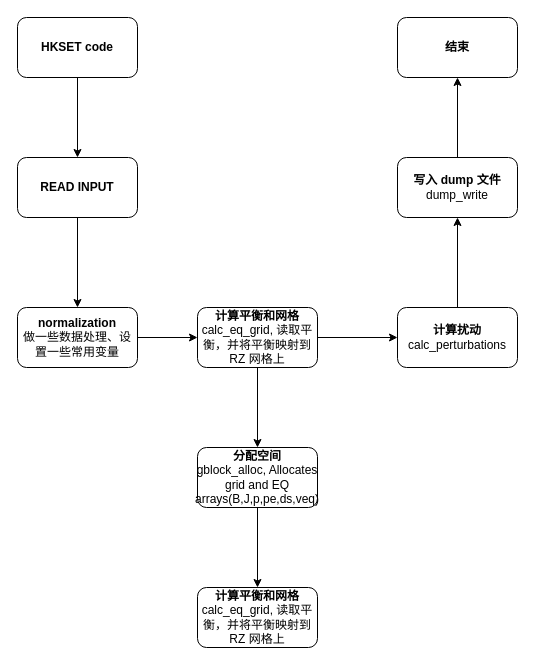
Before: page "HKSET-CPP" (4 of 4) of reduced_mhd.drawio in jiaxing-liu/flowchart, a draw.io diagram. Source tidied: cells renumbered, new cells numbered last; positions are measured from the earlier drawing's top-left corner, leaving out a move shared by most shapes. Both pictures are drawn from the tidied source at 100%, with x=0, y=0 at pixel (17, 17).
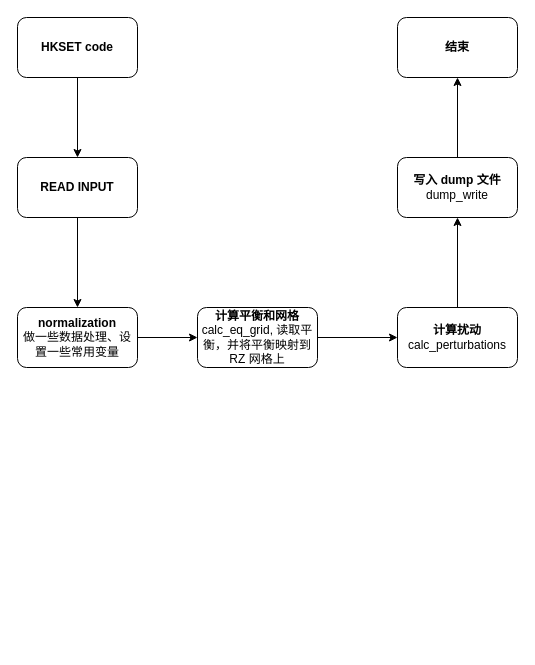
Above is the later version.

Change to the diagram source:
```diff
@@
 <mxGraphModel>
   <root>
     <mxCell id="0" />
     <mxCell id="1" parent="0" />
     <mxCell id="2" style="edgeStyle=orthogonalEdgeStyle;rounded=0;jettySize=auto;html=1;" parent="1" edge="1" source="3" target="5">
       <mxGeometry relative="1" as="geometry" />
     </mxCell>
     <mxCell id="3" value="&lt;b&gt;HKSET code&lt;/b&gt;" style="rounded=1;whiteSpace=wrap;html=1;" parent="1" vertex="1">
       <mxGeometry width="120" height="60" as="geometry" />
     </mxCell>
     <mxCell id="4" style="edgeStyle=orthogonalEdgeStyle;rounded=0;jettySize=auto;html=1;" parent="1" edge="1" source="5" target="7">
       <mxGeometry relative="1" as="geometry" />
     </mxCell>
     <mxCell id="5" value="&lt;b&gt;READ INPUT&lt;br&gt;&lt;/b&gt;" style="rounded=1;whiteSpace=wrap;html=1;" parent="1" vertex="1">
       <mxGeometry y="140" width="120" height="60" as="geometry" />
     </mxCell>
     <mxCell id="6" style="edgeStyle=orthogonalEdgeStyle;rounded=0;jettySize=auto;html=1;" parent="1" edge="1" source="7" target="10">
       <mxGeometry relative="1" as="geometry" />
     </mxCell>
     <mxCell id="7" value="&lt;div&gt;&lt;b&gt;normalization&lt;/b&gt;&lt;/div&gt;做一些数据处理、设置一些常用变量" style="rounded=1;whiteSpace=wrap;html=1;" parent="1" vertex="1">
       <mxGeometry y="290" width="120" height="60" as="geometry" />
     </mxCell>
     <mxCell id="8" style="edgeStyle=orthogonalEdgeStyle;rounded=0;jettySize=auto;html=1;" parent="1" edge="1" source="10" target="12">
       <mxGeometry relative="1" as="geometry" />
     </mxCell>
-    <mxCell id="9" style="edgeStyle=orthogonalEdgeStyle;rounded=0;jettySize=auto;html=1;" parent="1" edge="1" source="10" target="17">
-      <mxGeometry relative="1" as="geometry" />
-    </mxCell>
     <mxCell id="10" value="&lt;div&gt;&lt;b&gt;计算&lt;/b&gt;&lt;b&gt;平衡和&lt;/b&gt;&lt;b&gt;网格&lt;/b&gt;&lt;/div&gt;calc_eq_grid, 读取平衡，并将平衡映射到 RZ 网格上" style="rounded=1;whiteSpace=wrap;html=1;" parent="1" vertex="1">
       <mxGeometry x="180" y="290" width="120" height="60" as="geometry" />
     </mxCell>
     <mxCell id="11" style="edgeStyle=orthogonalEdgeStyle;rounded=0;jettySize=auto;html=1;" parent="1" edge="1" source="12" target="14">
       <mxGeometry relative="1" as="geometry" />
     </mxCell>
     <mxCell id="12" value="&lt;div&gt;&lt;b&gt;计算&lt;/b&gt;&lt;b&gt;扰动&lt;/b&gt;&lt;/div&gt;&lt;div&gt;calc_perturbations&lt;/div&gt;" style="rounded=1;whiteSpace=wrap;html=1;" parent="1" vertex="1">
       <mxGeometry x="380" y="290" width="120" height="60" as="geometry" />
     </mxCell>
     <mxCell id="13" style="edgeStyle=orthogonalEdgeStyle;rounded=0;jettySize=auto;html=1;" parent="1" edge="1" source="14" target="15">
       <mxGeometry relative="1" as="geometry" />
     </mxCell>
     <mxCell id="14" value="&lt;div&gt;&lt;b&gt;写入 dump 文件&lt;/b&gt;&lt;/div&gt;dump_write" style="rounded=1;whiteSpace=wrap;html=1;" parent="1" vertex="1">
       <mxGeometry x="380" y="140" width="120" height="60" as="geometry" />
     </mxCell>
     <mxCell id="15" value="&lt;div&gt;&lt;b&gt;结束&lt;/b&gt;&lt;/div&gt;" style="rounded=1;whiteSpace=wrap;html=1;" parent="1" vertex="1">
       <mxGeometry x="380" width="120" height="60" as="geometry" />
     </mxCell>
-    <mxCell id="16" style="edgeStyle=orthogonalEdgeStyle;rounded=0;jettySize=auto;html=1;" parent="1" edge="1" source="17" target="18">
-      <mxGeometry relative="1" as="geometry" />
-    </mxCell>
-    <mxCell id="17" value="&lt;div&gt;&lt;b&gt;分配空间&lt;/b&gt;&lt;/div&gt;gblock_alloc, Allocates grid and EQ arrays(B,J,p,pe,ds,veq)" style="rounded=1;whiteSpace=wrap;html=1;" parent="1" vertex="1">
-      <mxGeometry x="180" y="430" width="120" height="60" as="geometry" />
-    </mxCell>
-    <mxCell id="18" value="&lt;div&gt;&lt;b&gt;计算&lt;/b&gt;&lt;b&gt;平衡和&lt;/b&gt;&lt;b&gt;网格&lt;/b&gt;&lt;/div&gt;calc_eq_grid, 读取平衡，并将平衡映射到 RZ 网格上" style="rounded=1;whiteSpace=wrap;html=1;" parent="1" vertex="1">
-      <mxGeometry x="180" y="570" width="120" height="60" as="geometry" />
-    </mxCell>
   </root>
 </mxGraphModel>
```
